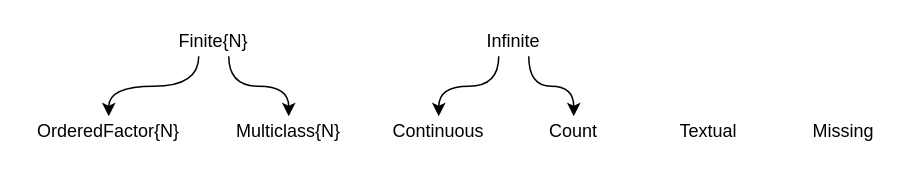
Before: docs/src/img/scitypes_small.drawio in JuliaAI/MLJ.jl, a draw.io diagram. Source tidied: cells renumbered, new cells numbered last; positions are measured from the earlier drawing's top-left corner, leaving out a move shared by most shapes. Both pictures are drawn from the tidied source at 150%, with x=0, y=0 at pixel (78, 26).
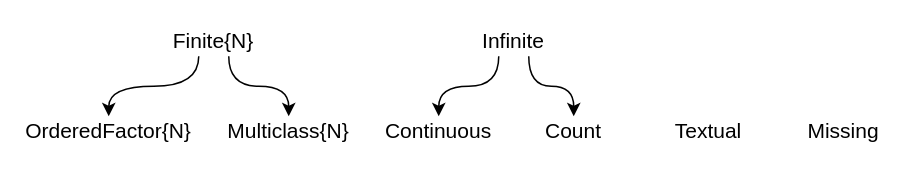
The same page after the edit.

Commit message (it also covers changes not shown here):
tweak fontsize in scitype_small graphics

Change to the diagram source:
```diff
@@
 <mxGraphModel>
   <root>
     <mxCell id="0" />
     <mxCell id="1" parent="0" />
-    <mxCell id="2" value="Missing" style="text;html=1;strokeColor=none;fillColor=none;align=center;verticalAlign=middle;whiteSpace=wrap;rounded=0;" parent="1" vertex="1">
+    <mxCell id="2" value="Missing" style="text;html=1;strokeColor=none;fillColor=none;align=center;verticalAlign=middle;whiteSpace=wrap;rounded=0;fontSize=14;" parent="1" vertex="1">
       <mxGeometry x="490" y="60" width="40" height="20" as="geometry" />
     </mxCell>
-    <mxCell id="3" value="Textual" style="text;html=1;strokeColor=none;fillColor=none;align=center;verticalAlign=middle;whiteSpace=wrap;rounded=0;" parent="1" vertex="1">
+    <mxCell id="3" value="Textual" style="text;html=1;strokeColor=none;fillColor=none;align=center;verticalAlign=middle;whiteSpace=wrap;rounded=0;fontSize=14;" parent="1" vertex="1">
       <mxGeometry x="400" y="60" width="40" height="20" as="geometry" />
     </mxCell>
-    <mxCell id="4" value="OrderedFactor{N}" style="text;html=1;strokeColor=none;fillColor=none;align=center;verticalAlign=middle;whiteSpace=wrap;rounded=0;" parent="1" vertex="1">
+    <mxCell id="4" value="OrderedFactor{N}" style="text;html=1;strokeColor=none;fillColor=none;align=center;verticalAlign=middle;whiteSpace=wrap;rounded=0;fontSize=14;" parent="1" vertex="1">
       <mxGeometry y="60" width="40" height="20" as="geometry" />
     </mxCell>
-    <mxCell id="5" value="Multiclass{N}" style="text;html=1;strokeColor=none;fillColor=none;align=center;verticalAlign=middle;whiteSpace=wrap;rounded=0;" parent="1" vertex="1">
+    <mxCell id="5" value="Multiclass{N}" style="text;html=1;strokeColor=none;fillColor=none;align=center;verticalAlign=middle;whiteSpace=wrap;rounded=0;fontSize=14;" parent="1" vertex="1">
       <mxGeometry x="120" y="60" width="40" height="20" as="geometry" />
     </mxCell>
-    <mxCell id="6" value="Continuous" style="text;html=1;strokeColor=none;fillColor=none;align=center;verticalAlign=middle;whiteSpace=wrap;rounded=0;" parent="1" vertex="1">
+    <mxCell id="6" value="Continuous" style="text;html=1;strokeColor=none;fillColor=none;align=center;verticalAlign=middle;whiteSpace=wrap;rounded=0;fontSize=14;" parent="1" vertex="1">
       <mxGeometry x="220" y="60" width="40" height="20" as="geometry" />
     </mxCell>
-    <mxCell id="7" value="Count" style="text;html=1;strokeColor=none;fillColor=none;align=center;verticalAlign=middle;whiteSpace=wrap;rounded=0;" parent="1" vertex="1">
+    <mxCell id="7" value="Count" style="text;html=1;strokeColor=none;fillColor=none;align=center;verticalAlign=middle;whiteSpace=wrap;rounded=0;fontSize=14;" parent="1" vertex="1">
       <mxGeometry x="310" y="60" width="40" height="20" as="geometry" />
     </mxCell>
     <mxCell id="8" style="edgeStyle=orthogonalEdgeStyle;curved=1;rounded=0;jettySize=auto;html=1;exitX=0.25;exitY=1;exitDx=0;exitDy=0;entryX=0.5;entryY=0;entryDx=0;entryDy=0;" parent="1" edge="1" source="10" target="6">
       <mxGeometry relative="1" as="geometry" />
     </mxCell>
     <mxCell id="9" style="edgeStyle=orthogonalEdgeStyle;curved=1;rounded=0;jettySize=auto;html=1;exitX=0.75;exitY=1;exitDx=0;exitDy=0;entryX=0.5;entryY=0;entryDx=0;entryDy=0;" parent="1" edge="1" source="10" target="7">
       <mxGeometry relative="1" as="geometry" />
     </mxCell>
-    <mxCell id="10" value="Infinite" style="text;html=1;strokeColor=none;fillColor=none;align=center;verticalAlign=middle;whiteSpace=wrap;rounded=0;" parent="1" vertex="1">
+    <mxCell id="10" value="Infinite" style="text;html=1;strokeColor=none;fillColor=none;align=center;verticalAlign=middle;whiteSpace=wrap;rounded=0;fontSize=14;" parent="1" vertex="1">
       <mxGeometry x="270" width="40" height="20" as="geometry" />
     </mxCell>
     <mxCell id="11" style="edgeStyle=orthogonalEdgeStyle;curved=1;rounded=0;jettySize=auto;html=1;exitX=0.25;exitY=1;exitDx=0;exitDy=0;entryX=0.5;entryY=0;entryDx=0;entryDy=0;" parent="1" edge="1" source="13" target="4">
       <mxGeometry relative="1" as="geometry" />
     </mxCell>
     <mxCell id="12" style="edgeStyle=orthogonalEdgeStyle;curved=1;rounded=0;jettySize=auto;html=1;exitX=0.75;exitY=1;exitDx=0;exitDy=0;entryX=0.5;entryY=0;entryDx=0;entryDy=0;" parent="1" edge="1" source="13" target="5">
       <mxGeometry relative="1" as="geometry" />
     </mxCell>
-    <mxCell id="13" value="Finite{N}" style="text;html=1;strokeColor=none;fillColor=none;align=center;verticalAlign=middle;whiteSpace=wrap;rounded=0;" parent="1" vertex="1">
+    <mxCell id="13" value="Finite{N}" style="text;html=1;strokeColor=none;fillColor=none;align=center;verticalAlign=middle;whiteSpace=wrap;rounded=0;fontSize=14;" parent="1" vertex="1">
       <mxGeometry x="70" width="40" height="20" as="geometry" />
     </mxCell>
   </root>
 </mxGraphModel>
```
